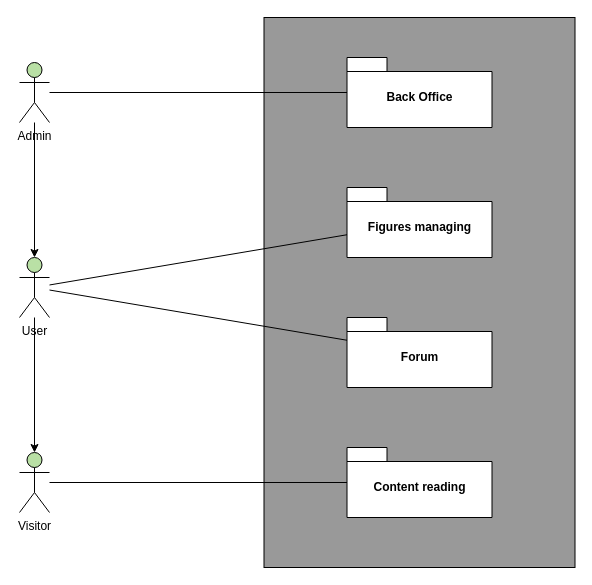
Above: Diagrammes/Diagramme de packages/packages.drawio in JgPhil/Snowtricks (draw.io), before the change. Source tidied: cells renumbered, new cells numbered last; positions are measured from the earlier drawing's top-left corner, leaving out a move shared by most shapes. Both pictures are drawn from the tidied source at 100%, with x=0, y=0 at pixel (19, 17).
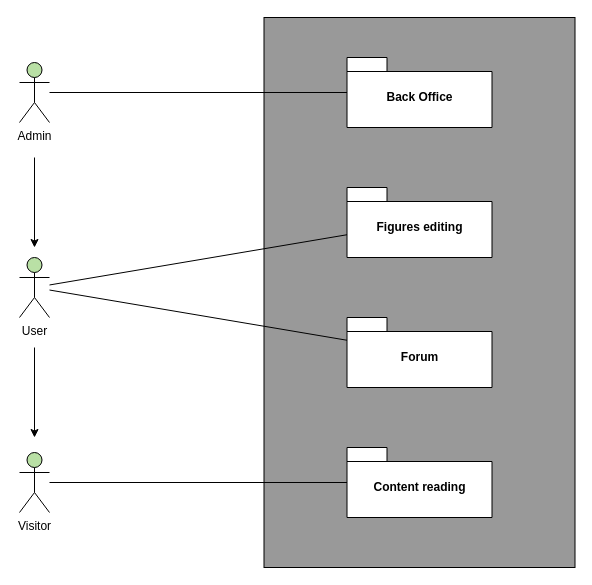
The same diagram, later.

Diff of the diagram source:
```diff
@@
 <mxGraphModel>
   <root>
     <mxCell id="0" />
     <mxCell id="1" parent="0" />
     <mxCell id="2" style="html=1;fillColor=#999999;" parent="1" vertex="1">
       <mxGeometry x="244.5" width="311" height="550" as="geometry" />
     </mxCell>
     <mxCell id="3" value="Back Office" style="shape=folder;fontStyle=1;spacingTop=10;tabWidth=40;tabHeight=14;tabPosition=left;html=1;" parent="1" vertex="1">
       <mxGeometry x="327.5" y="40" width="145" height="70" as="geometry" />
     </mxCell>
     <mxCell id="4" value="Content reading" style="shape=folder;fontStyle=1;spacingTop=10;tabWidth=40;tabHeight=14;tabPosition=left;html=1;" parent="1" vertex="1">
       <mxGeometry x="327.5" y="430" width="145" height="70" as="geometry" />
     </mxCell>
     <mxCell id="5" style="endArrow=none;html=1;" parent="1" edge="1" source="7" target="3">
       <mxGeometry relative="1" as="geometry" />
     </mxCell>
     <mxCell id="6" style="endArrow=none;html=1;" parent="1" edge="1" source="8" target="4">
       <mxGeometry relative="1" as="geometry" />
     </mxCell>
     <mxCell id="7" value="Admin" style="shape=umlActor;verticalLabelPosition=bottom;labelBackgroundColor=#ffffff;verticalAlign=top;html=1;fillColor=#B9E0A5;" parent="1" vertex="1">
       <mxGeometry y="45" width="30" height="60" as="geometry" />
     </mxCell>
     <mxCell id="8" value="Visitor" style="shape=umlActor;verticalLabelPosition=bottom;labelBackgroundColor=#ffffff;verticalAlign=top;html=1;fillColor=#B9E0A5;" parent="1" vertex="1">
       <mxGeometry y="435" width="30" height="60" as="geometry" />
     </mxCell>
     <mxCell id="9" value="User" style="shape=umlActor;verticalLabelPosition=bottom;labelBackgroundColor=#ffffff;verticalAlign=top;html=1;fillColor=#B9E0A5;" parent="1" vertex="1">
       <mxGeometry y="240" width="30" height="60" as="geometry" />
     </mxCell>
-    <mxCell id="10" value="Figures managing" style="shape=folder;fontStyle=1;spacingTop=10;tabWidth=40;tabHeight=14;tabPosition=left;html=1;" parent="1" vertex="1">
+    <mxCell id="10" value="Figures editing" style="shape=folder;fontStyle=1;spacingTop=10;tabWidth=40;tabHeight=14;tabPosition=left;html=1;" parent="1" vertex="1">
       <mxGeometry x="327.5" y="170" width="145" height="70" as="geometry" />
     </mxCell>
     <mxCell id="11" value="Forum" style="shape=folder;fontStyle=1;spacingTop=10;tabWidth=40;tabHeight=14;tabPosition=left;html=1;" parent="1" vertex="1">
       <mxGeometry x="327.5" y="300" width="145" height="70" as="geometry" />
     </mxCell>
     <mxCell id="12" style="endArrow=none;html=1;" parent="1" edge="1" source="9" target="10">
       <mxGeometry relative="1" as="geometry" />
     </mxCell>
     <mxCell id="13" style="endArrow=none;html=1;" parent="1" edge="1" source="9" target="11">
       <mxGeometry relative="1" as="geometry" />
     </mxCell>
-    <mxCell id="14" style="endArrow=classic;html=1;entryX=0.5;entryY=0;entryDx=0;entryDy=0;entryPerimeter=0;" parent="1" edge="1" source="9" target="8">
-      <mxGeometry relative="1" as="geometry" />
+    <mxCell id="14" style="endArrow=classic;html=1;" parent="1" edge="1">
+      <mxGeometry relative="1" as="geometry">
+        <mxPoint x="15" y="330" as="sourcePoint" />
+        <mxPoint x="15" y="420" as="targetPoint" />
+      </mxGeometry>
     </mxCell>
-    <mxCell id="15" style="endArrow=classic;html=1;entryX=0.5;entryY=0;entryDx=0;entryDy=0;entryPerimeter=0;" parent="1" edge="1" source="7" target="9">
-      <mxGeometry relative="1" as="geometry" />
+    <mxCell id="15" style="endArrow=classic;html=1;" parent="1" edge="1">
+      <mxGeometry relative="1" as="geometry">
+        <mxPoint x="15" y="140" as="sourcePoint" />
+        <mxPoint x="15" y="230" as="targetPoint" />
+      </mxGeometry>
     </mxCell>
   </root>
 </mxGraphModel>
```
